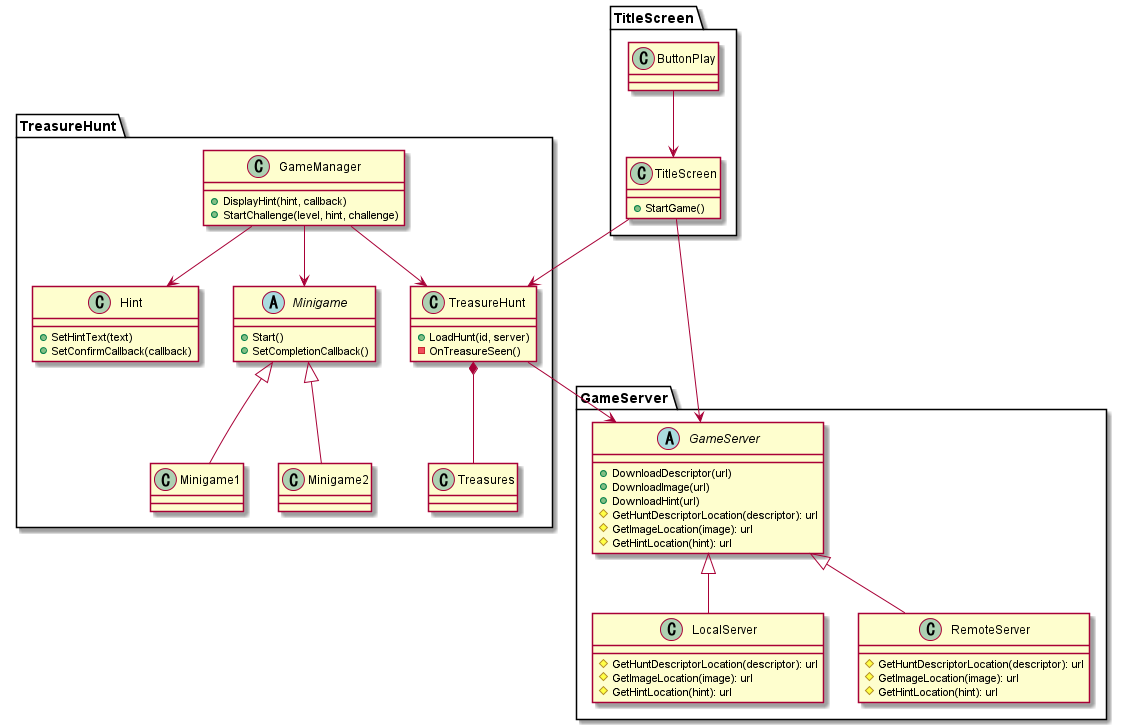
Before: Docs/plantuml/overview.png, a diagram exported from PlantUML (Lory9811/ARTreasureHunt). Its diagram source:
```plantuml
@startuml

package "GameServer" {
	abstract GameServer {
		+DownloadDescriptor(url)
		+DownloadImage(url)
		+DownloadHint(url)
		#GetHuntDescriptorLocation(descriptor): url
		#GetImageLocation(image): url
		#GetHintLocation(hint): url
	}

	class LocalServer {
		#GetHuntDescriptorLocation(descriptor): url
		#GetImageLocation(image): url
		#GetHintLocation(hint): url
	}

	class RemoteServer {
		#GetHuntDescriptorLocation(descriptor): url
		#GetImageLocation(image): url
		#GetHintLocation(hint): url
	}

	GameServer <|-- LocalServer
	GameServer <|-- RemoteServer
}

package "TitleScreen" {
	class ButtonPlay
	class TitleScreen {
		+StartGame()
	}

	ButtonPlay --> TitleScreen
}

package "TreasureHunt" {
	class TreasureHunt {
		+LoadHunt(id, server)
		-OnTreasureSeen()
	}

	class GameManager {
		+DisplayHint(hint, callback)
		+StartChallenge(level, hint, challenge)
	}

	class Hint {
		+SetHintText(text)
		+SetConfirmCallback(callback)
	}

	abstract Minigame {
		+Start()
		+SetCompletionCallback()
	}

	Minigame <|-- Minigame1
	Minigame <|-- Minigame2

	GameManager --> TreasureHunt
	GameManager --> Hint
	GameManager --> Minigame

	TreasureHunt *-- Treasures
}

TitleScreen --> GameServer
TitleScreen --> TreasureHunt
TreasureHunt --> GameServer

@enduml
```
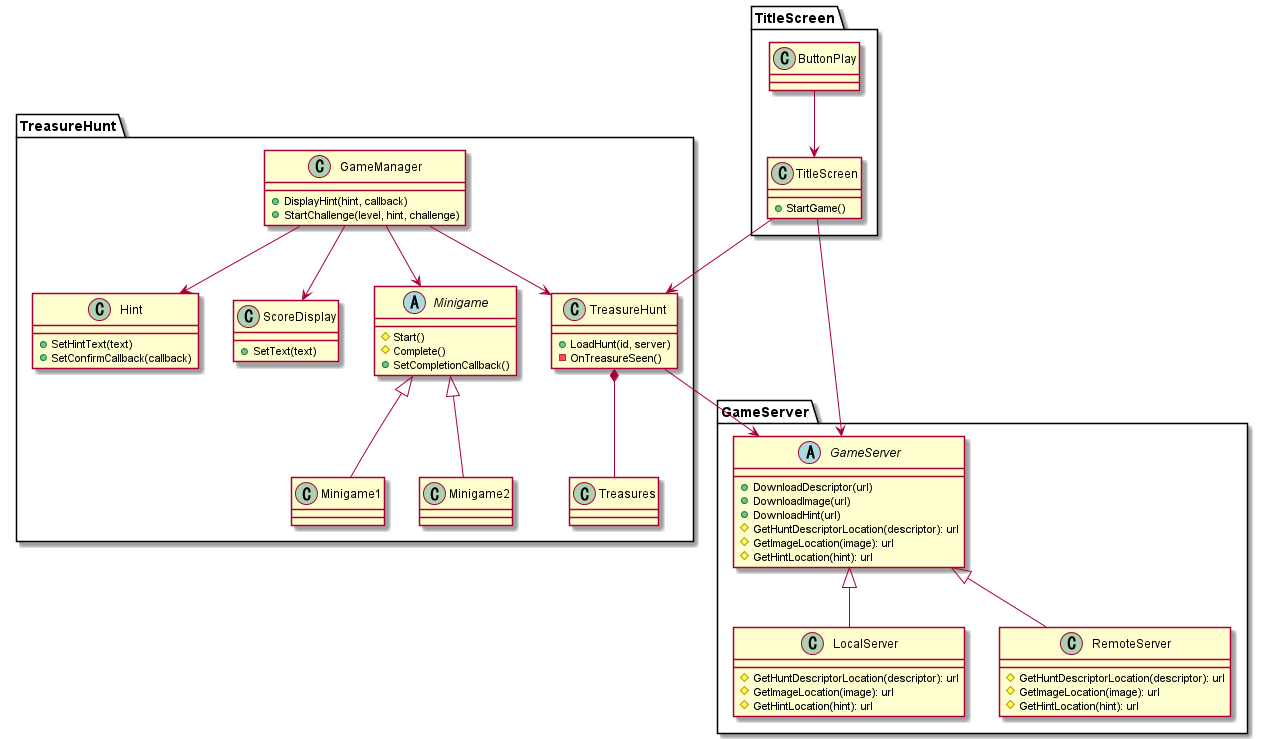
Above is the later version.

The edit, as a diff of the source:
```diff
@@ -51,8 +51,13 @@
 		+SetConfirmCallback(callback)
 	}
 
+	class ScoreDisplay {
+		+SetText(text)
+	}
+
 	abstract Minigame {
-		+Start()
+		#Start()
+		#Complete()
 		+SetCompletionCallback()
 	}
 
@@ -61,6 +66,7 @@
 
 	GameManager --> TreasureHunt
 	GameManager --> Hint
+	GameManager --> ScoreDisplay
 	GameManager --> Minigame
 
 	TreasureHunt *-- Treasures
```
